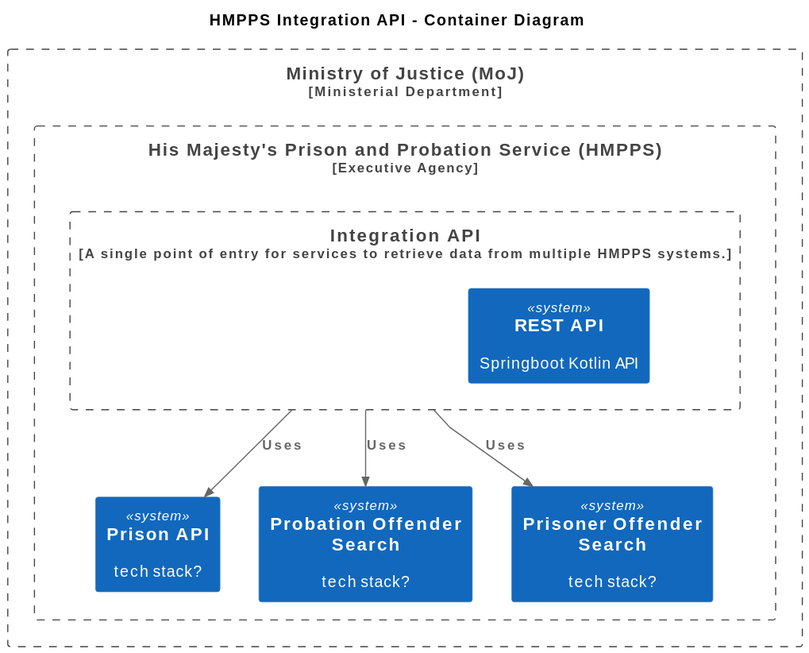
Earlier version of the PlantUML export docs/diagrams/container.svg (ministryofjustice/hmpps-integration-api).
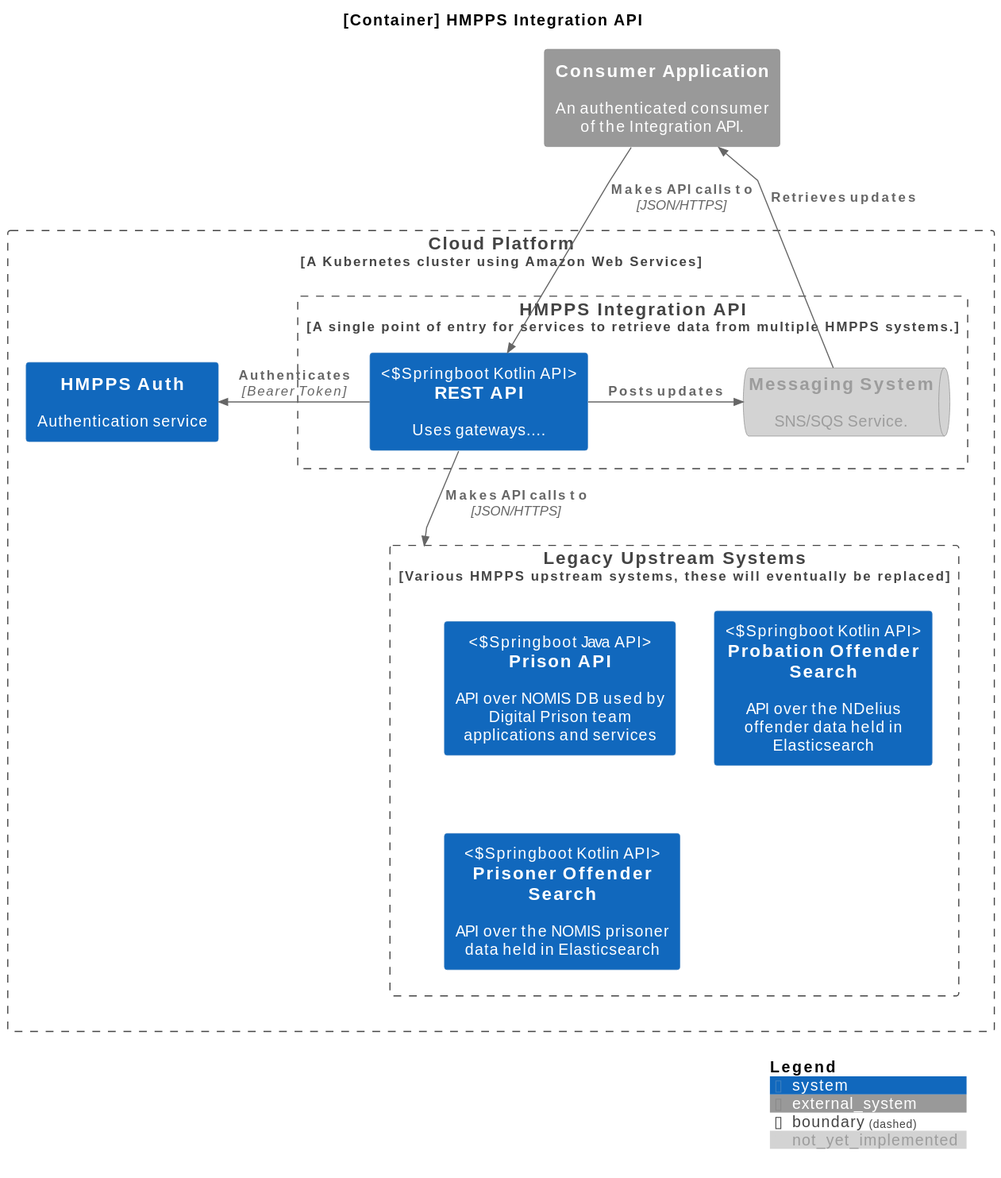
The same file after the commit.

Commit message:
Exported .PUML PlantUML diagrams to .SVG

What changed in the source:
```diff
@@ -3,23 +3,37 @@
 
 skinparam linetype polyline
 
-title HMPPS Integration API - Container Diagram
+title [Container] HMPPS Integration API
 
-Boundary(moj, "Ministry of Justice (MoJ)", "Ministerial Department") {
-  Boundary(hmpps, "His Majesty's Prison and Probation Service (HMPPS)", "Executive Agency") {
-    Boundary(hmpps_integration_api, "Integration API", "A single point of entry for services to retrieve data from multiple HMPPS systems."){
-        System(springboot_api, "REST API", "Springboot Kotlin API")
+AddElementTag("not_yet_implemented", $bgColor="#D3D3D3", $fontColor="#9C9C9C")
+
+System_Ext(consumer, "Consumer Application", "An authenticated consumer of the Integration API.")
+
+Boundary(aws_cloudplatform, "Cloud Platform", "A Kubernetes cluster using Amazon Web Services", $link="https://user-guide.cloud-platform.service.justice.gov.uk/documentation/concepts/cp-tech-overview.html") {
+    Boundary(hmpps_integration_api, "HMPPS Integration API", "A single point of entry for services to retrieve data from multiple HMPPS systems.", $link="https://github.com/ministryofjustice/hmpps-integration-api"){
+        System(springboot_api, "REST API", "Uses gateways...." , "Springboot Kotlin API")
+            SystemQueue_Ext(messaging, "Messaging System", "SNS/SQS Service.",$tags="not_yet_implemented")
     }
 
-    System(prison_api, "Prison API", "tech stack?")
+    System(hmpps_auth, "HMPPS Auth", "Authentication service", $link="https://github.com/ministryofjustice/hmpps-auth")
 
-    System(probation_offender_search, "Probation Offender Search", "tech stack?")
+    Boundary(upstream, "Legacy Upstream Systems", "Various HMPPS upstream systems, these will eventually be replaced"){
+        System(prison_api, "Prison API", "API over NOMIS DB used by Digital Prison team applications and services", "Springboot Java API")
 
-    System(prison_offender_search, "Prisoner Offender Search", "tech stack?")
-  }
+        System(probation_offender_search, "Probation Offender Search", "API over the NDelius offender data held in Elasticsearch", "Springboot Kotlin API")
+
+        System(prison_offender_search, "Prisoner Offender Search", "API over the NOMIS prisoner data held in Elasticsearch",  "Springboot Kotlin API")
+    }
 }
 
-Rel(hmpps_integration_api, prison_api, "Uses")
-Rel(hmpps_integration_api, probation_offender_search, "Uses")
-Rel(hmpps_integration_api, prison_offender_search, "Uses")
+Rel(consumer, springboot_api, "Makes API calls to", "JSON/HTTPS")
+
+Rel_Right(springboot_api, messaging, "Posts updates")
+Rel_Up(messaging, consumer, "Retrieves updates")
+
+Rel_Right(springboot_api, hmpps_auth, "Authenticates", "Bearer Token")
+
+Rel_Down(springboot_api, upstream, "Makes API calls to", "JSON/HTTPS")
+
+SHOW_DYNAMIC_LEGEND()
 @enduml
```
